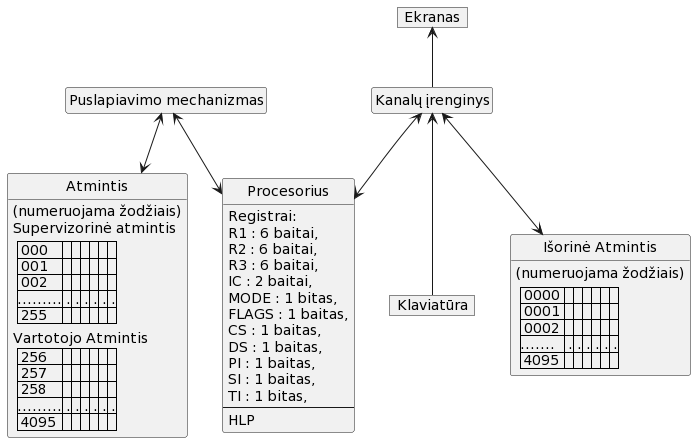
This is aprasymas1/img/reali_masina.png from Mdominykas/OS, a PlantUML export, as it was before one commit.
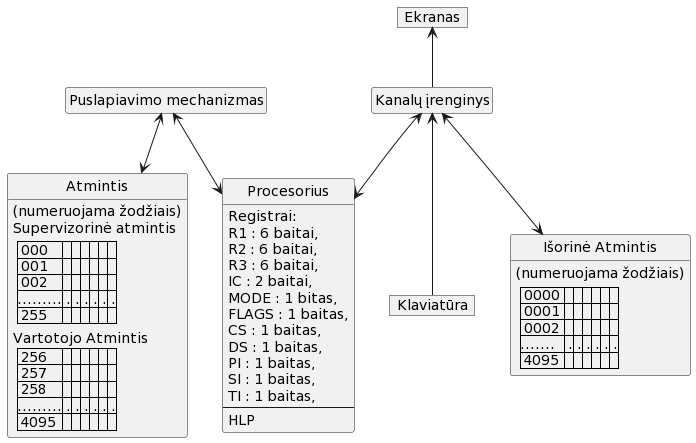
The same file after the commit.

Diff of the diagram source:
```diff
@@ -16,7 +16,7 @@
 DS : 1 baitas,
 PI : 1 baitas,
 SI : 1 baitas,
-TI : 1 bitas,
+TI : 1 baitas,
 --
 HLP
 }
```
